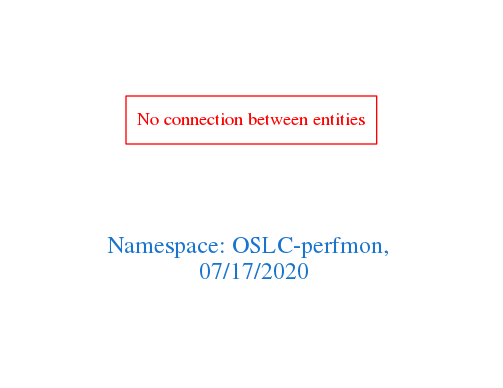
Earlier version of the Graphviz export downloads/OSLC-perfmon.png (arago/OGIT). Its source is kept beside it as downloads/OSLC-perfmon.dot. Its diagram source:
```dot
digraph OGIT_ontology {
 graph [ rankdir= LR,pad=1
fontsize = 18,
fontcolor= dodgerblue3,label = "\n\n\nNamespace: OSLC-perfmon, \n 07/17/2020"];
node[shape=polygon];
edge [  color="gray81"];

"No connection between entities" [fontcolor = "red",color="red", shape="polygon"]
}
```
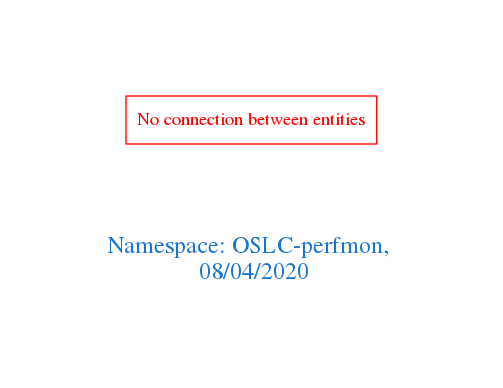
Above is the later version.

Change to the diagram source:
```diff
@@ -1,7 +1,7 @@
 digraph OGIT_ontology {
  graph [ rankdir= LR,pad=1
 fontsize = 18,
-fontcolor= dodgerblue3,label = "\n\n\nNamespace: OSLC-perfmon, \n 07/17/2020"];
+fontcolor= dodgerblue3,label = "\n\n\nNamespace: OSLC-perfmon, \n 08/04/2020"];
 node[shape=polygon];
 edge [  color="gray81"];
 
```
